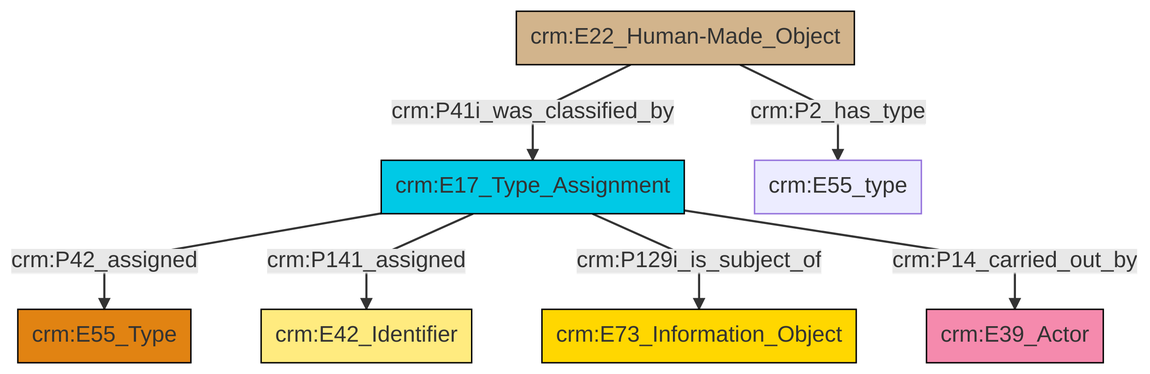
The Mermaid diagram et/builtWorkCSV/ttl/mmd/png/Built_Work_designation_status.png in swiss-art-research-net/reference-data-models, before a commit. Its source is kept beside it as et/builtWorkCSV/ttl/mmd/Built_Work_designation_status.ttl.mmd.
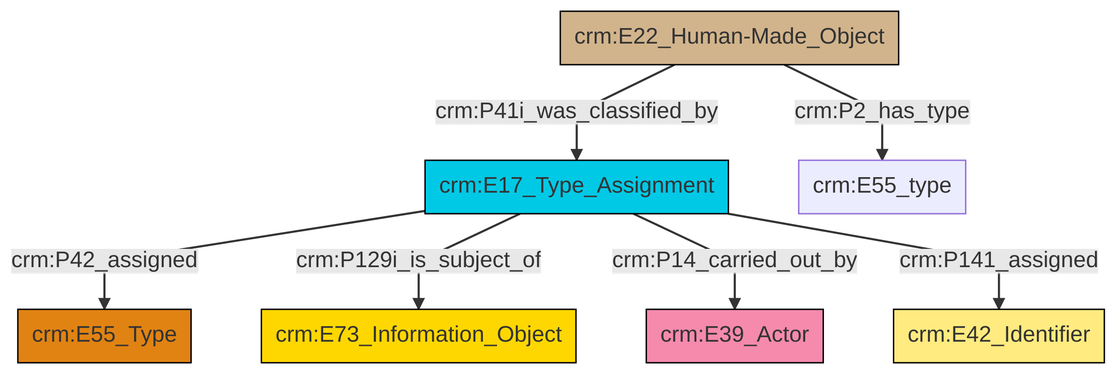
After the change.

The edit, as a diff of the source:
```diff
@@ -14,8 +14,8 @@
 classDef Multi fill:#cccccc,stroke:#000000;
 
 0["crm:E17_Type_Assignment"]:::Temporal_Entity -->|crm:P42_assigned| 1["crm:E55_Type"]:::Type
-9["crm:E22_Human-Made_Object"]:::Physical_Thing -->|crm:P41i_was_classified_by| 0["crm:E17_Type_Assignment"]:::Temporal_Entity
-0["crm:E17_Type_Assignment"]:::Temporal_Entity -->|crm:P141_assigned| 11["crm:E42_Identifier"]:::Appellation
-9["crm:E22_Human-Made_Object"]:::Physical_Thing -->|crm:P2_has_type| 5["crm:E55_type"]:::Default
-0["crm:E17_Type_Assignment"]:::Temporal_Entity -->|crm:P129i_is_subject_of| 3["crm:E73_Information_Object"]:::Conceptual_Object
-0["crm:E17_Type_Assignment"]:::Temporal_Entity -->|crm:P14_carried_out_by| 7["crm:E39_Actor"]:::Actor
+0["crm:E17_Type_Assignment"]:::Temporal_Entity -->|crm:P129i_is_subject_of| 4["crm:E73_Information_Object"]:::Conceptual_Object
+7["crm:E22_Human-Made_Object"]:::Physical_Thing -->|crm:P41i_was_classified_by| 0["crm:E17_Type_Assignment"]:::Temporal_Entity
+0["crm:E17_Type_Assignment"]:::Temporal_Entity -->|crm:P14_carried_out_by| 5["crm:E39_Actor"]:::Actor
+0["crm:E17_Type_Assignment"]:::Temporal_Entity -->|crm:P141_assigned| 12["crm:E42_Identifier"]:::Appellation
+7["crm:E22_Human-Made_Object"]:::Physical_Thing -->|crm:P2_has_type| 8["crm:E55_type"]:::Default
```
